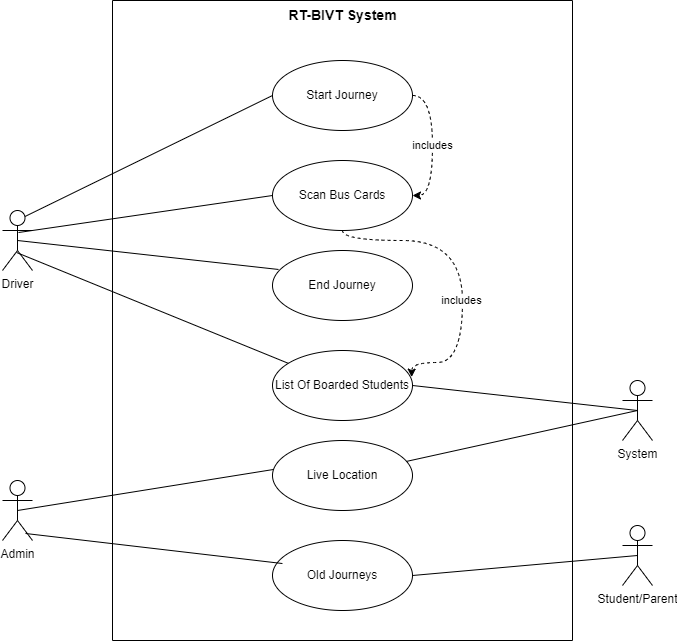
Abubakar-doc/FYP-24-SE-A-204 keeps this draw.io diagram as Project Real-Time Bus ID Verification and Tracking/DOCUMENTATION/UseCaseDiagrams/JourneyManagement.drawio.png. Above is the earlier version. Source tidied: cells renumbered, new cells last; positions are measured from the earlier drawing's top-left corner, leaving out a move shared by most shapes.
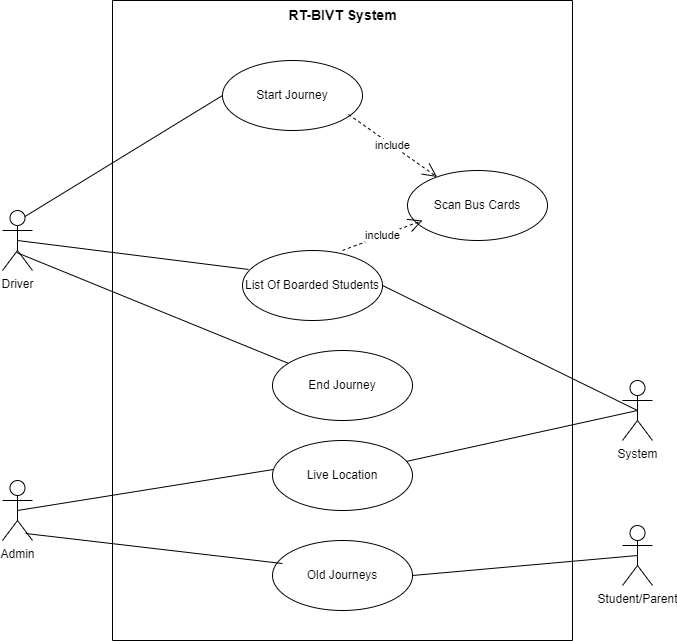
After the commit.

Commit message:
Update UseCases, Fix issues

What changed in the source:
```diff
@@ -5,43 +5,35 @@
     <mxCell id="2" style="swimlane;startSize=0;" parent="1" vertex="1">
       <mxGeometry x="110" width="460" height="640" as="geometry" />
     </mxCell>
-    <mxCell id="3" value="includes" style="edgeStyle=orthogonalEdgeStyle;rounded=0;jettySize=auto;html=1;exitX=1;exitY=0.5;exitDx=0;exitDy=0;entryX=1;entryY=0.5;entryDx=0;entryDy=0;dashed=1;curved=1;" parent="2" edge="1" source="4" target="9">
-      <mxGeometry relative="1" as="geometry" />
-    </mxCell>
     <mxCell id="4" value="Start Journey" style="ellipse;whiteSpace=wrap;html=1;fillColor=none;" parent="2" vertex="1">
-      <mxGeometry x="160" y="60" width="140" height="70" as="geometry" />
+      <mxGeometry x="110" y="60" width="140" height="70" as="geometry" />
     </mxCell>
-    <mxCell id="5" value="End Journey" style="ellipse;whiteSpace=wrap;html=1;fillColor=none;" parent="2" vertex="1">
-      <mxGeometry x="160" y="250" width="140" height="70" as="geometry" />
+    <mxCell id="5" value="List Of Boarded Students" style="ellipse;whiteSpace=wrap;html=1;fillColor=none;" parent="2" vertex="1">
+      <mxGeometry x="130" y="250" width="140" height="70" as="geometry" />
     </mxCell>
     <mxCell id="6" value="RT-BIVT System" style="text;html=1;align=center;verticalAlign=middle;strokeColor=none;fillColor=none;fontStyle=1;fontSize=14;" parent="2" vertex="1">
       <mxGeometry x="165" width="130" height="30" as="geometry" />
     </mxCell>
-    <mxCell id="7" value="List Of Boarded Students" style="ellipse;whiteSpace=wrap;html=1;fillColor=none;" parent="2" vertex="1">
+    <mxCell id="7" value="End Journey" style="ellipse;whiteSpace=wrap;html=1;fillColor=none;" parent="2" vertex="1">
       <mxGeometry x="160" y="350" width="140" height="70" as="geometry" />
     </mxCell>
     <mxCell id="8" value="Old Journeys" style="ellipse;whiteSpace=wrap;html=1;fillColor=none;" parent="2" vertex="1">
       <mxGeometry x="160" y="540" width="140" height="70" as="geometry" />
     </mxCell>
     <mxCell id="9" value="Scan Bus Cards" style="ellipse;whiteSpace=wrap;html=1;fillColor=none;" parent="2" vertex="1">
-      <mxGeometry x="160" y="160" width="140" height="70" as="geometry" />
+      <mxGeometry x="295" y="170" width="140" height="70" as="geometry" />
     </mxCell>
     <mxCell id="10" value="Live Location" style="ellipse;whiteSpace=wrap;html=1;fillColor=none;" parent="2" vertex="1">
       <mxGeometry x="160" y="440" width="140" height="70" as="geometry" />
     </mxCell>
-    <mxCell id="11" style="edgeStyle=orthogonalEdgeStyle;rounded=0;jettySize=auto;html=1;exitX=0.5;exitY=1;exitDx=0;exitDy=0;entryX=0.994;entryY=0.38;entryDx=0;entryDy=0;entryPerimeter=0;curved=1;dashed=1;" parent="2" edge="1" source="9" target="7">
-      <mxGeometry relative="1" as="geometry">
-        <Array as="points">
-          <mxPoint x="230" y="240" />
-          <mxPoint x="350" y="240" />
-          <mxPoint x="350" y="362" />
-          <mxPoint x="299" y="362" />
-        </Array>
-      </mxGeometry>
-    </mxCell>
-    <mxCell id="12" value="includes" style="edgeLabel;html=1;align=center;verticalAlign=middle;" parent="11" vertex="1">
-      <mxGeometry x="0.19" y="-2" relative="1" as="geometry" />
-    </mxCell>
+    <mxCell id="3" value="include" style="endArrow=open;endSize=12;dashed=1;html=1;rounded=0;exitX=0.9;exitY=0.771;exitDx=0;exitDy=0;exitPerimeter=0;" parent="2" edge="1" source="4" target="9">
+      <mxGeometry relative="1" as="geometry" />
+    </mxCell>
+    <mxCell id="26" value="include" style="endArrow=open;endSize=12;dashed=1;html=1;rounded=0;exitX=0.714;exitY=0;exitDx=0;exitDy=0;exitPerimeter=0;" parent="2" edge="1" source="5">
+      <mxGeometry relative="1" as="geometry">
+        <mxPoint x="310" y="220" as="targetPoint" />
+      </mxGeometry>
+    </mxCell>
     <mxCell id="13" value="Driver" style="shape=umlActor;verticalLabelPosition=bottom;verticalAlign=top;html=1;" parent="1" vertex="1">
       <mxGeometry y="210" width="30" height="60" as="geometry" />
     </mxCell>
@@ -57,16 +49,13 @@
     <mxCell id="17" style="endArrow=none;html=1;rounded=0;exitX=0.75;exitY=0.1;exitDx=0;exitDy=0;exitPerimeter=0;entryX=0;entryY=0.5;entryDx=0;entryDy=0;" parent="1" edge="1" source="13" target="4">
       <mxGeometry relative="1" as="geometry" />
     </mxCell>
-    <mxCell id="18" style="endArrow=none;html=1;rounded=0;exitX=0.533;exitY=0.367;exitDx=0;exitDy=0;exitPerimeter=0;entryX=0;entryY=0.5;entryDx=0;entryDy=0;" parent="1" edge="1" source="13" target="9">
-      <mxGeometry relative="1" as="geometry" />
-    </mxCell>
     <mxCell id="19" style="endArrow=none;html=1;rounded=0;exitX=0.5;exitY=0.5;exitDx=0;exitDy=0;exitPerimeter=0;entryX=0.043;entryY=0.271;entryDx=0;entryDy=0;entryPerimeter=0;" parent="1" edge="1" source="13" target="5">
       <mxGeometry relative="1" as="geometry" />
     </mxCell>
     <mxCell id="20" style="endArrow=none;html=1;rounded=0;exitX=0.467;exitY=0.7;exitDx=0;exitDy=0;exitPerimeter=0;" parent="1" edge="1" source="13" target="7">
       <mxGeometry relative="1" as="geometry" />
     </mxCell>
-    <mxCell id="21" style="endArrow=none;html=1;rounded=0;entryX=0.5;entryY=0.5;entryDx=0;entryDy=0;entryPerimeter=0;exitX=1;exitY=0.5;exitDx=0;exitDy=0;" parent="1" edge="1" source="7" target="15">
+    <mxCell id="21" style="endArrow=none;html=1;rounded=0;entryX=0.5;entryY=0.5;entryDx=0;entryDy=0;entryPerimeter=0;exitX=1;exitY=0.5;exitDx=0;exitDy=0;" parent="1" edge="1" source="5" target="15">
       <mxGeometry relative="1" as="geometry" />
     </mxCell>
     <mxCell id="22" style="endArrow=none;html=1;rounded=0;entryX=0.5;entryY=0.5;entryDx=0;entryDy=0;entryPerimeter=0;" parent="1" edge="1" source="10" target="15">
```
